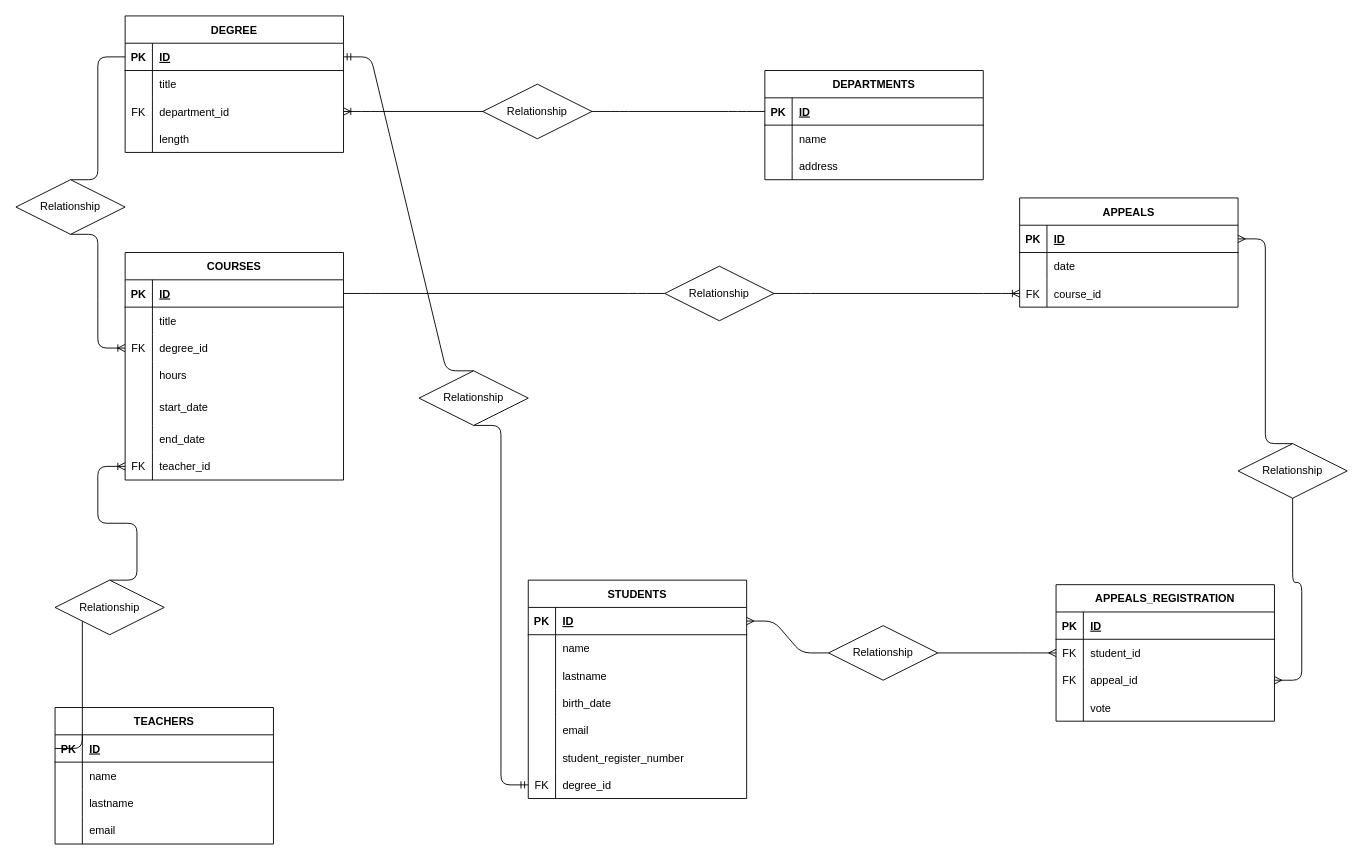
The draw.io diagram university.drawio in simone-nolberto/db-university, before the edit. Source tidied: cells renumbered, new cells numbered last; positions are measured from the earlier drawing's top-left corner, leaving out a move shared by most shapes. Both pictures are drawn from the tidied source at 91%, with x=0, y=0 at pixel (15, 15).
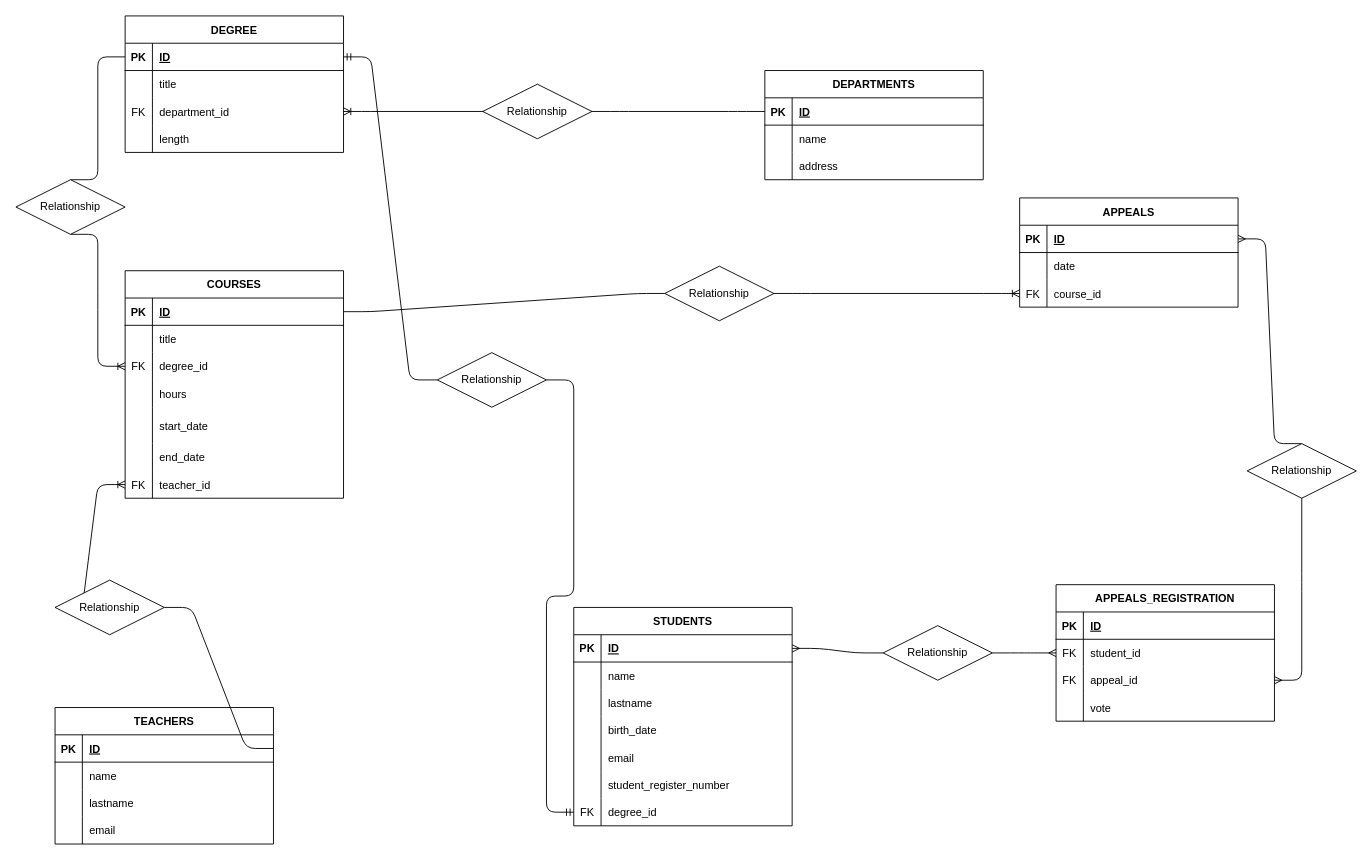
After the change.

The change refers to these unchanged cells:
```xml
<mxCell id="13" style="shape=tableRow;horizontal=0;startSize=0;swimlaneHead=0;swimlaneBody=0;fillColor=none;points=[[0,0.5],[1,0.5]];portConstraint=eastwest;top=0;left=0;right=0;bottom=1;" parent="12" vertex="1">
  <mxGeometry y="30" width="240" height="30" as="geometry" />
</mxCell>
<mxCell id="44" style="shape=tableRow;horizontal=0;startSize=0;swimlaneHead=0;swimlaneBody=0;fillColor=none;points=[[0,0.5],[1,0.5]];portConstraint=eastwest;top=0;left=0;right=0;bottom=0;" parent="25" vertex="1">
  <mxGeometry y="220" width="240" height="30" as="geometry" />
</mxCell>
<mxCell id="48" style="shape=tableRow;horizontal=0;startSize=0;swimlaneHead=0;swimlaneBody=0;fillColor=none;points=[[0,0.5],[1,0.5]];portConstraint=eastwest;top=0;left=0;right=0;bottom=1;" parent="47" vertex="1">
  <mxGeometry y="30" width="240" height="30" as="geometry" />
</mxCell>
<mxCell id="89" style="shape=tableRow;horizontal=0;startSize=0;swimlaneHead=0;swimlaneBody=0;fillColor=none;points=[[0,0.5],[1,0.5]];portConstraint=eastwest;top=0;left=0;right=0;bottom=0;" parent="70" vertex="1">
  <mxGeometry y="210" width="240" height="30" as="geometry" />
</mxCell>
<mxCell id="113" value="Relationship" style="shape=rhombus;perimeter=rhombusPerimeter;whiteSpace=wrap;html=1;align=center;" parent="1" vertex="1">
  <mxGeometry x="43" y="620" width="120" height="60" as="geometry" />
</mxCell>
```

Diff of the diagram source:
```diff
@@
     <mxCell id="25" value="COURSES" style="shape=table;startSize=30;childLayout=tableLayout;rowLines=0;fontStyle=1;align=center;" parent="1" vertex="1">
-      <mxGeometry x="120" y="260" width="240" height="250" as="geometry" />
+      <mxGeometry x="120" y="280" width="240" height="250" as="geometry" />
     </mxCell>
@@
     <mxCell id="70" value="STUDENTS" style="shape=table;startSize=30;childLayout=tableLayout;rowLines=0;fontStyle=1;align=center;" parent="1" vertex="1">
-      <mxGeometry x="563" y="620" width="240" height="240" as="geometry" />
+      <mxGeometry x="613" y="650" width="240" height="240" as="geometry" />
     </mxCell>
@@
-    <mxCell id="111" style="edgeStyle=entityRelationEdgeStyle;fontSize=12;html=1;endArrow=ERoneToMany;exitX=0.5;exitY=0;exitDx=0;exitDy=0;startArrow=none;entryX=0;entryY=0.5;entryDx=0;entryDy=0;" parent="1" edge="1" source="113" target="44">
+    <mxCell id="111" style="edgeStyle=entityRelationEdgeStyle;fontSize=12;html=1;endArrow=ERoneToMany;exitX=0;exitY=0.5;exitDx=0;exitDy=0;startArrow=none;entryX=0;entryY=0.5;entryDx=0;entryDy=0;" parent="1" edge="1" source="113" target="44">
       <mxGeometry relative="1" as="geometry" />
     </mxCell>
-    <mxCell id="112" style="edgeStyle=entityRelationEdgeStyle;fontSize=12;html=1;endArrow=none;entryX=0;entryY=0.5;entryDx=0;entryDy=0;exitX=0;exitY=0.5;exitDx=0;exitDy=0;" parent="1" edge="1" source="48" target="113">
+    <mxCell id="112" style="edgeStyle=entityRelationEdgeStyle;fontSize=12;html=1;endArrow=none;entryX=1;entryY=0.5;entryDx=0;entryDy=0;exitX=1;exitY=0.5;exitDx=0;exitDy=0;" parent="1" edge="1" source="48" target="113">
       <mxGeometry relative="1" as="geometry" />
     </mxCell>
@@
-    <mxCell id="117" style="edgeStyle=entityRelationEdgeStyle;fontSize=12;html=1;endArrow=ERmandOne;startArrow=none;exitX=0.5;exitY=0;exitDx=0;exitDy=0;entryX=1;entryY=0.5;entryDx=0;entryDy=0;" parent="1" edge="1" source="119" target="13">
+    <mxCell id="117" style="edgeStyle=entityRelationEdgeStyle;fontSize=12;html=1;endArrow=ERmandOne;startArrow=none;entryX=1;entryY=0.5;entryDx=0;entryDy=0;" parent="1" edge="1" source="119" target="13">
       <mxGeometry relative="1" as="geometry" />
     </mxCell>
-    <mxCell id="118" style="edgeStyle=entityRelationEdgeStyle;fontSize=12;html=1;endArrow=none;startArrow=ERmandOne;exitX=0;exitY=0.5;exitDx=0;exitDy=0;entryX=0.5;entryY=1;entryDx=0;entryDy=0;" parent="1" edge="1" source="89" target="119">
+    <mxCell id="118" style="edgeStyle=entityRelationEdgeStyle;fontSize=12;html=1;endArrow=none;startArrow=ERmandOne;exitX=0;exitY=0.5;exitDx=0;exitDy=0;entryX=1;entryY=0.5;entryDx=0;entryDy=0;" parent="1" edge="1" source="89" target="119">
       <mxGeometry relative="1" as="geometry" />
     </mxCell>
     <mxCell id="119" value="Relationship" style="shape=rhombus;perimeter=rhombusPerimeter;whiteSpace=wrap;html=1;align=center;" parent="1" vertex="1">
-      <mxGeometry x="443" y="390" width="120" height="60" as="geometry" />
+      <mxGeometry x="463" y="370" width="120" height="60" as="geometry" />
     </mxCell>
@@
     <mxCell id="122" value="Relationship" style="shape=rhombus;perimeter=rhombusPerimeter;whiteSpace=wrap;html=1;align=center;" parent="1" vertex="1">
-      <mxGeometry x="893" y="670" width="120" height="60" as="geometry" />
+      <mxGeometry x="953" y="670" width="120" height="60" as="geometry" />
     </mxCell>
@@
     <mxCell id="125" value="Relationship" style="shape=rhombus;perimeter=rhombusPerimeter;whiteSpace=wrap;html=1;align=center;" parent="1" vertex="1">
-      <mxGeometry x="1343" y="470" width="120" height="60" as="geometry" />
+      <mxGeometry x="1353" y="470" width="120" height="60" as="geometry" />
     </mxCell>
```
